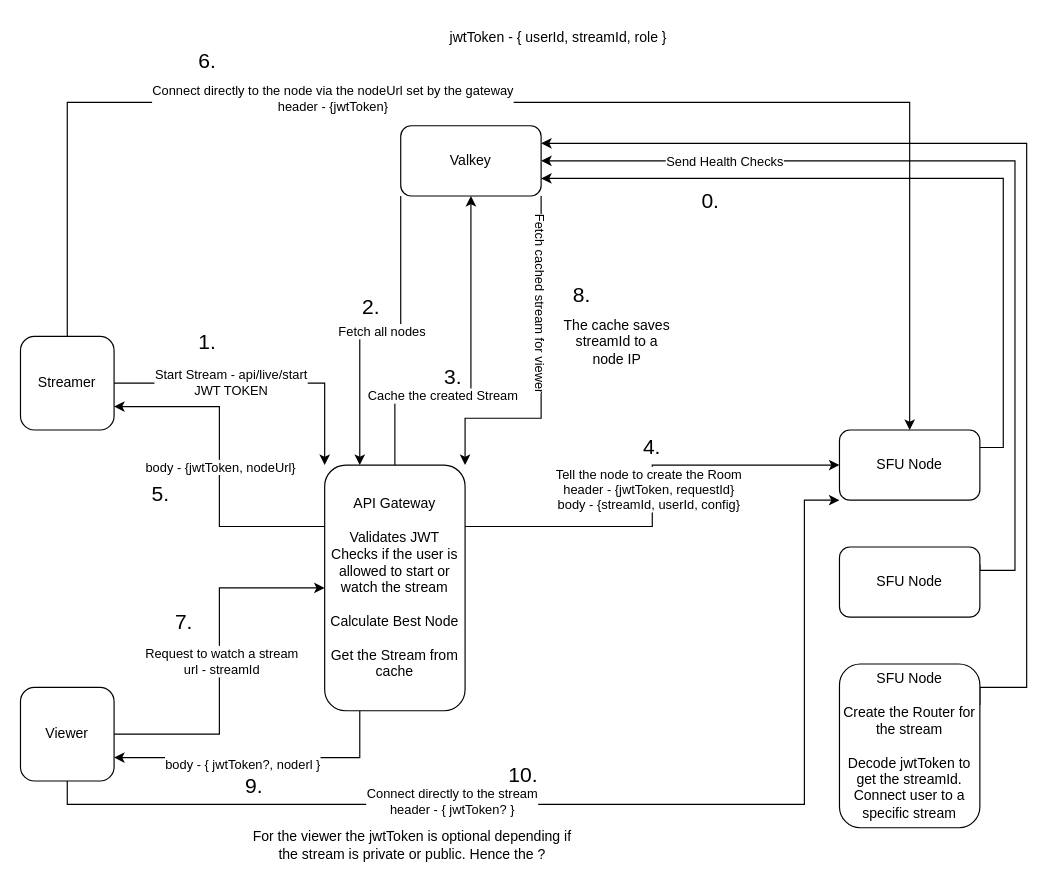
Above: SFU_Flow.drawio in ReelzOrg/Reelz_API_gateway (draw.io), before the change. Source tidied: cells renumbered, new cells numbered last; positions are measured from the earlier drawing's top-left corner, leaving out a move shared by most shapes. Both pictures are drawn from the tidied source at 117%, with x=0, y=0 at pixel (20, 20).
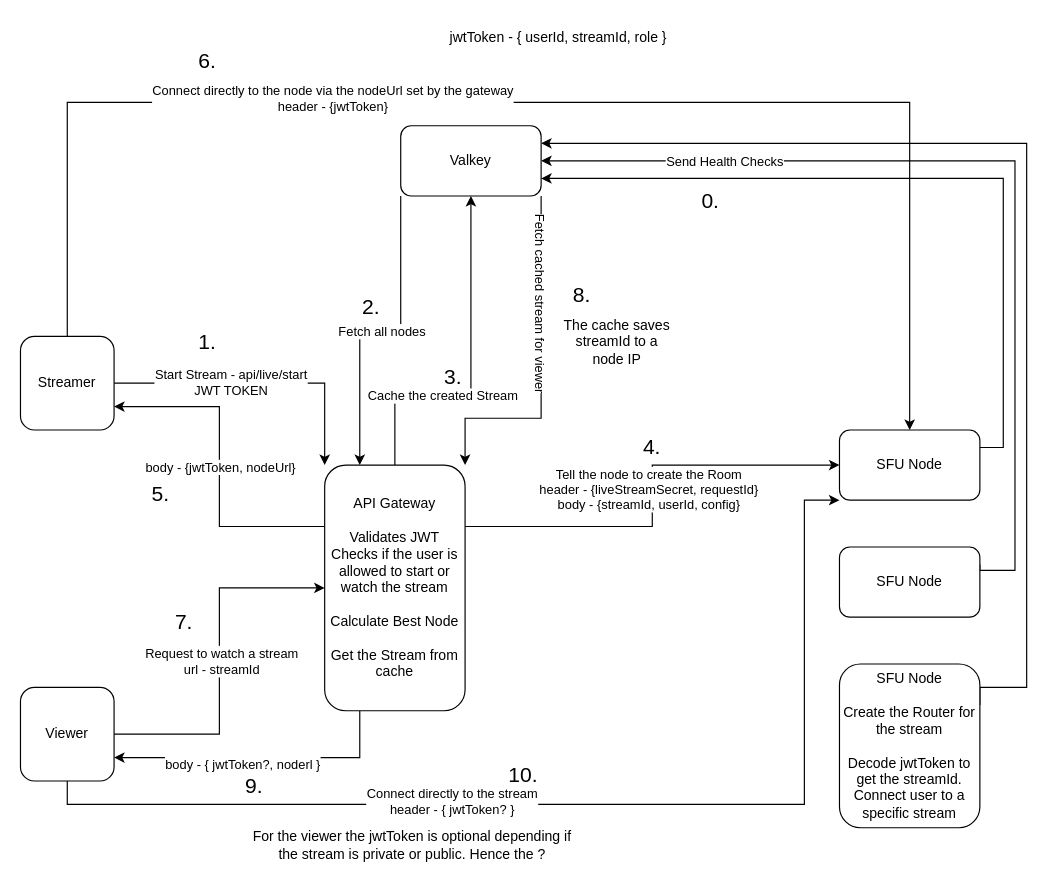
Above is the later version.

Commit message:
updated the SFU flow

The change refers to these unchanged cells:
```xml
<mxCell id="7" style="edgeStyle=orthogonalEdgeStyle;rounded=0;jettySize=auto;html=1;exitX=1;exitY=0.25;exitDx=0;exitDy=0;entryX=0;entryY=0.5;entryDx=0;entryDy=0;" parent="1" edge="1" source="15" target="22">
  <mxGeometry relative="1" as="geometry" />
</mxCell>
```

What changed in the source:
```diff
@@
-    <mxCell id="8" value="Tell the node to create the Room&lt;div&gt;header - {jwtToken, requestId}&lt;/div&gt;&lt;div&gt;body - {streamId, userId, config}&lt;/div&gt;" style="edgeLabel;html=1;align=center;verticalAlign=middle;" parent="7" vertex="1">
+    <mxCell id="8" value="Tell the node to create the Room&lt;div&gt;header - {liveStreamSecret, requestId}&lt;/div&gt;&lt;div&gt;body - {streamId, userId, config}&lt;/div&gt;" style="edgeLabel;html=1;align=center;verticalAlign=middle;" parent="7" vertex="1">
       <mxGeometry x="0.03" y="4" relative="1" as="geometry" />
     </mxCell>
```
